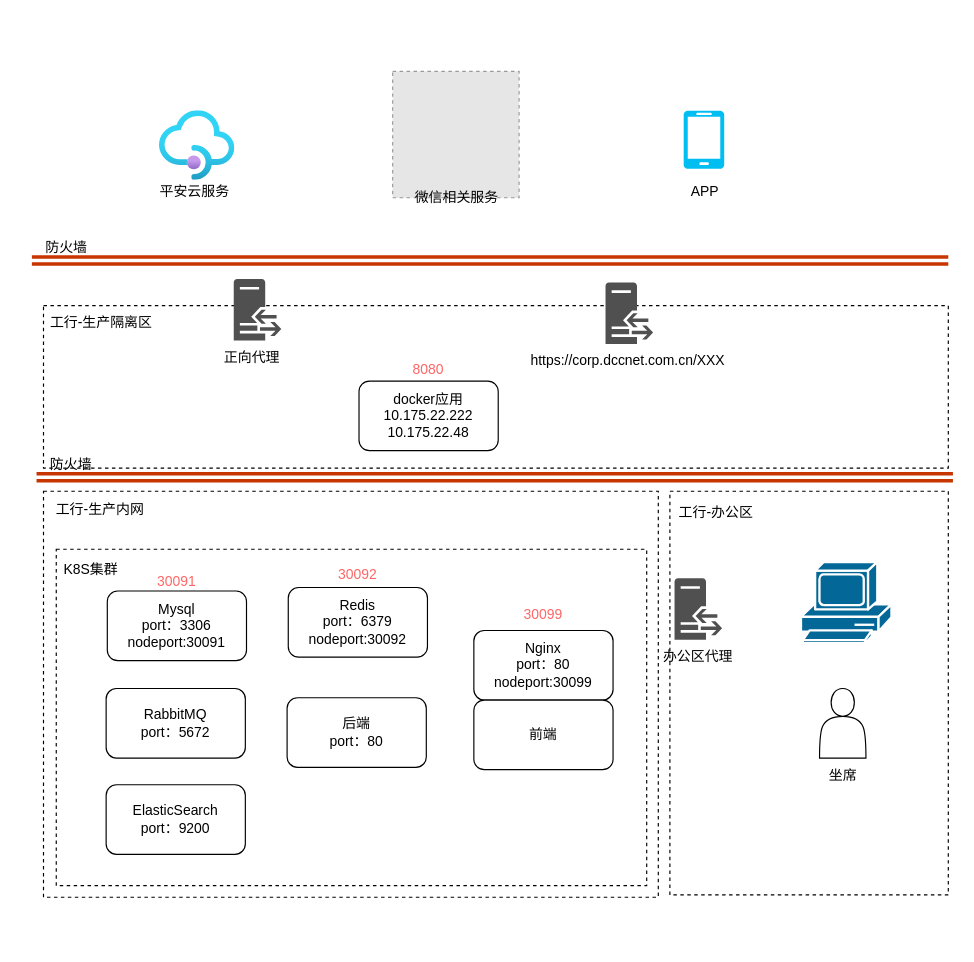
Earlier version of the draw.io diagram module8/工行.drawio (csmiao168/go_study). Source tidied: cells renumbered, new cells numbered last; positions are measured from the earlier drawing's top-left corner, leaving out a move shared by most shapes. Both pictures are drawn from the tidied source at 116%, with x=0, y=0 at pixel (20, 71). Pictures stored in the file or linked from it are replaced by grey dashed boxes.
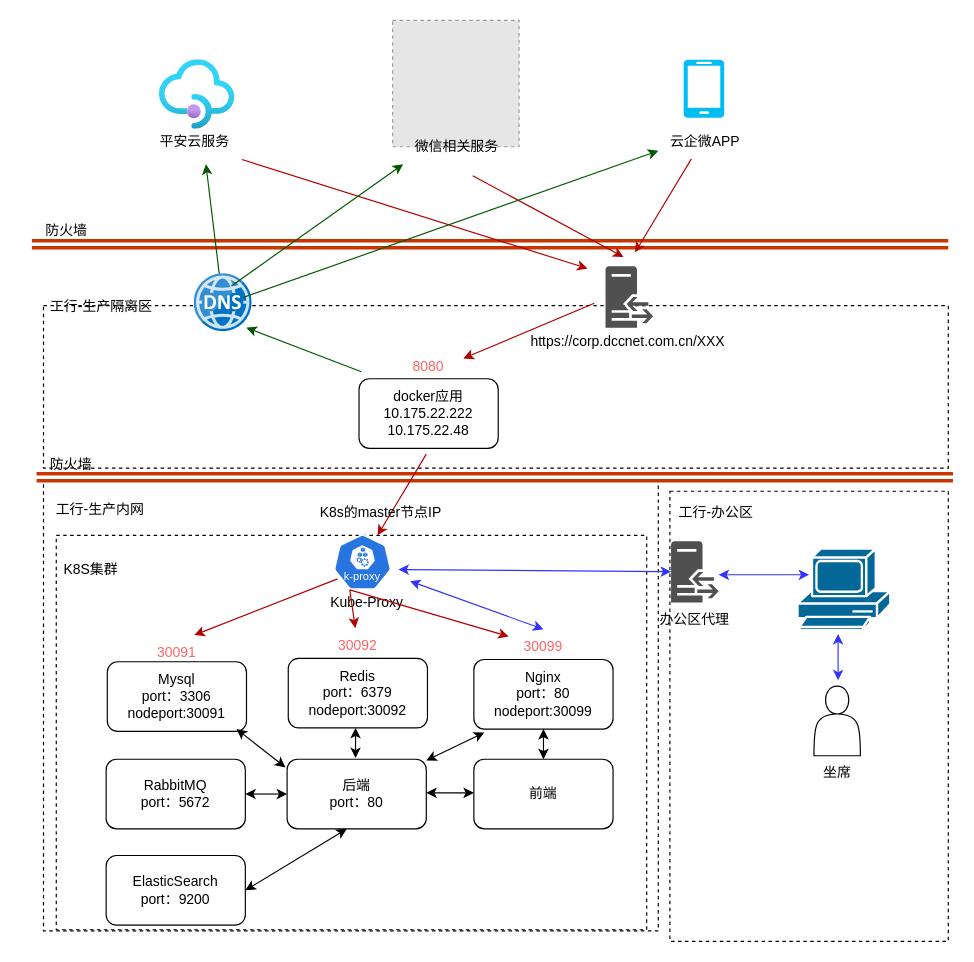
After the change.

The change refers to these unchanged cells:
```xml
<mxCell id="16" value="平安云服务" style="text;html=1;align=center;verticalAlign=middle;whiteSpace=wrap;rounded=0;" parent="14" vertex="1">
  <mxGeometry y="55" width="81" height="30" as="geometry" />
</mxCell>
<mxCell id="31" value="8080" style="text;html=1;align=center;verticalAlign=middle;whiteSpace=wrap;rounded=0;fontColor=#FF6666;" parent="29" vertex="1">
  <mxGeometry x="30" width="60" height="30" as="geometry" />
</mxCell>
<mxCell id="36" value="&lt;div&gt;Mysql&lt;/div&gt;&lt;div&gt;port：3306&lt;/div&gt;&lt;div&gt;nodeport:30091&lt;/div&gt;" style="rounded=1;whiteSpace=wrap;html=1;" parent="35" vertex="1">
  <mxGeometry y="23" width="120" height="60" as="geometry" />
</mxCell>
<mxCell id="37" value="30091" style="text;html=1;align=center;verticalAlign=middle;whiteSpace=wrap;rounded=0;fontColor=#FF6666;" parent="35" vertex="1">
  <mxGeometry x="30" width="60" height="30" as="geometry" />
</mxCell>
<mxCell id="40" value="30092" style="text;html=1;align=center;verticalAlign=middle;whiteSpace=wrap;rounded=0;fontColor=#FF6666;" parent="38" vertex="1">
  <mxGeometry x="30" width="60" height="30" as="geometry" />
</mxCell>
<mxCell id="51" style="sketch=0;shadow=0;dashed=0;html=1;strokeColor=none;fillColor=#505050;labelPosition=center;verticalLabelPosition=bottom;verticalAlign=top;outlineConnect=0;align=center;shape=mxgraph.office.servers.reverse_proxy;" parent="49" vertex="1">
  <mxGeometry x="13.8" width="41" height="53" as="geometry" />
</mxCell>
```

The edit, as a diff of the source:
```diff
@@
+    <mxCell id="4" style="rounded=0;whiteSpace=wrap;html=1;fillColor=none;dashed=1;" parent="1" vertex="1">
+      <mxGeometry x="31" y="400" width="509" height="340" as="geometry" />
+    </mxCell>
@@
     <mxCell id="3" style="rounded=0;whiteSpace=wrap;html=1;fillColor=none;dashed=1;" parent="1" vertex="1">
-      <mxGeometry x="20" y="362" width="530" height="350" as="geometry" />
+      <mxGeometry x="20" y="353" width="530" height="388" as="geometry" />
     </mxCell>
-    <mxCell id="4" style="rounded=0;whiteSpace=wrap;html=1;fillColor=none;dashed=1;" parent="1" vertex="1">
-      <mxGeometry x="31" y="412" width="509" height="290" as="geometry" />
-    </mxCell>
@@
     <mxCell id="6" value="工行-生产隔离区" style="text;html=1;align=center;verticalAlign=middle;whiteSpace=wrap;rounded=0;" parent="1" vertex="1">
-      <mxGeometry x="20" y="202" width="100" height="30" as="geometry" />
+      <mxGeometry x="20" y="188" width="100" height="30" as="geometry" />
     </mxCell>
     <mxCell id="7" style="rounded=0;whiteSpace=wrap;html=1;fillColor=none;dashed=1;" parent="1" vertex="1">
-      <mxGeometry x="560" y="362" width="240" height="348" as="geometry" />
+      <mxGeometry x="560" y="362" width="240" height="388" as="geometry" />
     </mxCell>
@@
     <mxCell id="10" value="&lt;div&gt;&lt;span style=&quot;background-color: initial;&quot;&gt;RabbitMQ&lt;/span&gt;&lt;/div&gt;&lt;div&gt;&lt;span style=&quot;background-color: initial;&quot;&gt;port：5672&lt;/span&gt;&lt;/div&gt;" style="rounded=1;whiteSpace=wrap;html=1;" parent="1" vertex="1">
-      <mxGeometry x="74" y="532" width="120" height="60" as="geometry" />
+      <mxGeometry x="74" y="593" width="120" height="60" as="geometry" />
     </mxCell>
     <mxCell id="11" value="&lt;div&gt;ElasticSearch&lt;/div&gt;&lt;div&gt;&lt;span style=&quot;background-color: initial;&quot;&gt;port：9200&lt;/span&gt;&lt;/div&gt;" style="rounded=1;whiteSpace=wrap;html=1;" parent="1" vertex="1">
-      <mxGeometry x="74" y="615" width="120" height="60" as="geometry" />
+      <mxGeometry x="74" y="676" width="120" height="60" as="geometry" />
     </mxCell>
     <mxCell id="12" value="&lt;div&gt;后端&lt;/div&gt;&lt;div&gt;port：80&lt;/div&gt;" style="rounded=1;whiteSpace=wrap;html=1;" parent="1" vertex="1">
-      <mxGeometry x="230" y="540" width="120" height="60" as="geometry" />
+      <mxGeometry x="230" y="593" width="120" height="60" as="geometry" />
     </mxCell>
     <mxCell id="13" style="shape=mxgraph.cisco.computers_and_peripherals.pc;html=1;dashed=0;fillColor=#036897;strokeColor=#ffffff;strokeWidth=2;verticalLabelPosition=bottom;verticalAlign=top;align=center;" parent="1" vertex="1">
-      <mxGeometry x="673" y="423" width="78" height="70" as="geometry" />
+      <mxGeometry x="670" y="411.5" width="80" height="70" as="geometry" />
     </mxCell>
     <mxCell id="14" style="group;" parent="1" vertex="1">
-      <mxGeometry x="110" y="34" width="81" height="85" as="geometry" />
+      <mxGeometry x="110" y="-9" width="81" height="85" as="geometry" />
     </mxCell>
     <mxCell id="15" style="image;html=1;align=center;fontSize=12;image=img/lib/azure2/app_services/API_Management_Services.svg;" parent="14" vertex="1">
-      <mxGeometry x="10" width="65" height="60" as="geometry" />
+      <mxGeometry x="10" y="-1" width="65" height="60" as="geometry" />
     </mxCell>
@@
     <mxCell id="17" style="group;" parent="1" vertex="1">
-      <mxGeometry x="321" width="109" height="124" as="geometry" />
+      <mxGeometry x="321" y="-44" width="109" height="124" as="geometry" />
     </mxCell>
@@
     <mxCell id="20" style="group;" parent="1" vertex="1">
-      <mxGeometry x="550" y="34" width="81" height="85" as="geometry" />
+      <mxGeometry x="550" y="-9" width="81" height="85" as="geometry" />
     </mxCell>
     <mxCell id="21" style="verticalLabelPosition=bottom;html=1;verticalAlign=top;align=center;strokeColor=none;fillColor=#00BEF2;shape=mxgraph.azure.mobile;" parent="20" vertex="1">
-      <mxGeometry x="21.8" width="35" height="50" as="geometry" />
+      <mxGeometry x="21.8" y="-1" width="35" height="50" as="geometry" />
     </mxCell>
-    <mxCell id="22" value="APP" style="text;html=1;align=center;verticalAlign=middle;whiteSpace=wrap;rounded=0;" parent="20" vertex="1">
+    <mxCell id="22" value="云企微APP" style="text;html=1;align=center;verticalAlign=middle;whiteSpace=wrap;rounded=0;" parent="20" vertex="1">
       <mxGeometry y="55" width="81" height="30" as="geometry" />
     </mxCell>
-    <mxCell id="23" style="group;" parent="1" vertex="1">
-      <mxGeometry x="444" y="182" width="160" height="83" as="geometry" />
-    </mxCell>
-    <mxCell id="24" style="sketch=0;shadow=0;dashed=0;html=1;strokeColor=none;fillColor=#505050;labelPosition=center;verticalLabelPosition=bottom;verticalAlign=top;align=center;shape=mxgraph.office.servers.reverse_proxy;" parent="23" vertex="1">
-      <mxGeometry x="60.5" width="41" height="53" as="geometry" />
-    </mxCell>
-    <mxCell id="25" value="https://corp.dccnet.com.cn/XXX" style="text;html=1;align=center;verticalAlign=middle;whiteSpace=wrap;rounded=0;" parent="23" vertex="1">
-      <mxGeometry y="53" width="160" height="30" as="geometry" />
-    </mxCell>
-    <mxCell id="26" style="group;" parent="1" vertex="1">
-      <mxGeometry x="160" y="179" width="80" height="83" as="geometry" />
-    </mxCell>
-    <mxCell id="27" style="sketch=0;shadow=0;dashed=0;html=1;strokeColor=none;fillColor=#505050;labelPosition=center;verticalLabelPosition=bottom;verticalAlign=top;align=center;shape=mxgraph.office.servers.reverse_proxy;" parent="26" vertex="1">
-      <mxGeometry x="24" width="41" height="53" as="geometry" />
-    </mxCell>
-    <mxCell id="28" value="正向代理" style="text;html=1;align=center;verticalAlign=middle;whiteSpace=wrap;rounded=0;" parent="26" vertex="1">
-      <mxGeometry y="53" width="80" height="30" as="geometry" />
-    </mxCell>
     <mxCell id="29" style="group;" parent="1" vertex="1">
-      <mxGeometry x="292" y="242" width="120" height="85" as="geometry" />
+      <mxGeometry x="292" y="240" width="120" height="85" as="geometry" />
     </mxCell>
@@
     <mxCell id="32" style="group;" parent="1" vertex="1">
-      <mxGeometry x="674.8" y="532" width="68.5" height="90" as="geometry" />
+      <mxGeometry x="670" y="530" width="70" height="90" as="geometry" />
     </mxCell>
@@
     <mxCell id="35" style="group;" parent="1" vertex="1">
-      <mxGeometry x="75" y="425" width="120" height="83" as="geometry" />
+      <mxGeometry x="75" y="486" width="120" height="83" as="geometry" />
     </mxCell>
@@
     <mxCell id="38" style="group;" parent="1" vertex="1">
-      <mxGeometry x="231" y="419" width="120" height="86" as="geometry" />
+      <mxGeometry x="231" y="480" width="120" height="86" as="geometry" />
     </mxCell>
@@
-    <mxCell id="41" style="group;" parent="1" vertex="1">
-      <mxGeometry x="391" y="454" width="120" height="148" as="geometry" />
-    </mxCell>
-    <mxCell id="42" style="group;" parent="41" vertex="1">
-      <mxGeometry y="28" width="120" height="120" as="geometry" />
-    </mxCell>
-    <mxCell id="43" value="&lt;div&gt;Nginx&lt;/div&gt;&lt;div&gt;port：80&lt;/div&gt;&lt;div&gt;nodeport:30099&lt;/div&gt;" style="rounded=1;whiteSpace=wrap;html=1;" parent="42" vertex="1">
-      <mxGeometry width="120" height="60" as="geometry" />
-    </mxCell>
-    <mxCell id="44" value="前端" style="rounded=1;whiteSpace=wrap;html=1;" parent="42" vertex="1">
-      <mxGeometry y="60" width="120" height="60" as="geometry" />
-    </mxCell>
-    <mxCell id="45" value="30099" style="text;html=1;align=center;verticalAlign=middle;whiteSpace=wrap;rounded=0;fontColor=#FF6666;" parent="41" vertex="1">
-      <mxGeometry x="30" width="60" height="30" as="geometry" />
-    </mxCell>
     <mxCell id="46" style="group;" parent="1" vertex="1">
-      <mxGeometry y="137" width="800" height="30" as="geometry" />
+      <mxGeometry y="123" width="800" height="87" as="geometry" />
     </mxCell>
@@
     <mxCell id="49" style="group;" parent="1" vertex="1">
-      <mxGeometry x="550.2" y="437" width="68.5" height="83" as="geometry" />
+      <mxGeometry x="547.2" y="405" width="68.5" height="83" as="geometry" />
     </mxCell>
@@
+    <mxCell id="55" style="edgeStyle=orthogonalEdgeStyle;rounded=0;orthogonalLoop=1;jettySize=auto;html=1;startArrow=classic;startFill=1;" parent="1" edge="1">
+      <mxGeometry relative="1" as="geometry">
+        <mxPoint x="391" y="622" as="sourcePoint" />
+        <mxPoint x="350" y="622" as="targetPoint" />
+      </mxGeometry>
+    </mxCell>
+    <mxCell id="44" value="前端" style="rounded=1;whiteSpace=wrap;html=1;" parent="1" vertex="1">
+      <mxGeometry x="391" y="593" width="120" height="60" as="geometry" />
+    </mxCell>
+    <mxCell id="56" style="group;" parent="1" vertex="1">
+      <mxGeometry x="391" y="481" width="120" height="86" as="geometry" />
+    </mxCell>
+    <mxCell id="45" value="30099" style="text;html=1;align=center;verticalAlign=middle;whiteSpace=wrap;rounded=0;fontColor=#FF6666;" parent="56" vertex="1">
+      <mxGeometry x="30" width="60" height="30" as="geometry" />
+    </mxCell>
+    <mxCell id="43" value="&lt;div&gt;Nginx&lt;/div&gt;&lt;div&gt;port：80&lt;/div&gt;&lt;div&gt;nodeport:30099&lt;/div&gt;" style="rounded=1;whiteSpace=wrap;html=1;" parent="56" vertex="1">
+      <mxGeometry y="26" width="120" height="60" as="geometry" />
+    </mxCell>
+    <mxCell id="57" style="group;" parent="1" vertex="1">
+      <mxGeometry x="249" y="399" width="100" height="74" as="geometry" />
+    </mxCell>
+    <mxCell id="58" value="Kube-Proxy" style="text;html=1;align=center;verticalAlign=middle;whiteSpace=wrap;rounded=0;" parent="57" vertex="1">
+      <mxGeometry y="44" width="100" height="30" as="geometry" />
+    </mxCell>
+    <mxCell id="59" style="sketch=0;html=1;dashed=0;whitespace=wrap;fillColor=#2875E2;strokeColor=#ffffff;points=[[0.005,0.63,0],[0.1,0.2,0],[0.9,0.2,0],[0.5,0,0],[0.995,0.63,0],[0.72,0.99,0],[0.5,1,0],[0.28,0.99,0]];shape=mxgraph.kubernetes.icon2;kubernetesLabel=1;prIcon=k_proxy;" parent="57" vertex="1">
+      <mxGeometry x="21" width="50" height="48" as="geometry" />
+    </mxCell>
+    <mxCell id="60" style="image;sketch=0;html=1;points=[];align=center;fontSize=12;image=img/lib/mscae/DNS.svg;" parent="1" vertex="1">
+      <mxGeometry x="150" y="174.5" width="50" height="50" as="geometry" />
+    </mxCell>
+    <mxCell id="61" style="endArrow=classic;startArrow=classic;html=1;rounded=0;strokeColor=#3333FF;" parent="1" edge="1">
+      <mxGeometry relative="1" as="geometry">
+        <mxPoint x="705" y="525" as="sourcePoint" />
+        <mxPoint x="705" y="485" as="targetPoint" />
+        <Array as="points">
+          <mxPoint x="705" y="505" />
+        </Array>
+      </mxGeometry>
+    </mxCell>
+    <mxCell id="62" style="endArrow=classic;startArrow=classic;html=1;rounded=0;strokeColor=#3333FF;endSize=6;startSize=6;jumpSize=6;" parent="1" edge="1">
+      <mxGeometry relative="1" as="geometry">
+        <mxPoint x="602" y="434" as="sourcePoint" />
+        <mxPoint x="680" y="434" as="targetPoint" />
+        <Array as="points">
+          <mxPoint x="602" y="434" />
+        </Array>
+      </mxGeometry>
+    </mxCell>
+    <mxCell id="63" style="endArrow=classic;startArrow=classic;html=1;rounded=0;strokeColor=#3333FF;endSize=6;startSize=6;jumpSize=6;spacing=2;" parent="1" edge="1" target="51">
+      <mxGeometry relative="1" as="geometry">
+        <mxPoint x="326" y="429.5" as="sourcePoint" />
+        <Array as="points">
+          <mxPoint x="326" y="429.5" />
+        </Array>
+      </mxGeometry>
+    </mxCell>
+    <mxCell id="64" style="endArrow=classic;startArrow=classic;html=1;rounded=0;strokeColor=#3333FF;endSize=6;startSize=6;jumpSize=6;spacing=2;entryX=0.5;entryY=0;entryDx=0;entryDy=0;" parent="1" edge="1" target="45">
+      <mxGeometry relative="1" as="geometry">
+        <mxPoint x="336" y="439.5" as="sourcePoint" />
+        <Array as="points">
+          <mxPoint x="336" y="439.5" />
+        </Array>
+      </mxGeometry>
+    </mxCell>
+    <mxCell id="65" style="endArrow=none;startArrow=classic;html=1;rounded=0;entryX=0.352;entryY=0.983;entryDx=0;entryDy=0;entryPerimeter=0;fillColor=#e51400;strokeColor=#B20000;endFill=0;" parent="1" edge="1" target="22">
+      <mxGeometry relative="1" as="geometry">
+        <mxPoint x="530" y="156" as="sourcePoint" />
+      </mxGeometry>
+    </mxCell>
+    <mxCell id="66" style="group;" parent="1" vertex="1">
+      <mxGeometry x="444" y="168" width="160" height="80" as="geometry" />
+    </mxCell>
+    <mxCell id="24" style="sketch=0;shadow=0;dashed=0;html=1;strokeColor=none;fillColor=#505050;labelPosition=center;verticalLabelPosition=bottom;verticalAlign=top;align=center;shape=mxgraph.office.servers.reverse_proxy;" parent="66" vertex="1">
+      <mxGeometry x="60.5" width="41" height="53" as="geometry" />
+    </mxCell>
+    <mxCell id="25" value="https://corp.dccnet.com.cn/XXX" style="text;html=1;align=center;verticalAlign=middle;whiteSpace=wrap;rounded=0;" parent="66" vertex="1">
+      <mxGeometry y="50" width="160" height="30" as="geometry" />
+    </mxCell>
+    <mxCell id="67" style="endArrow=classic;startArrow=none;html=1;rounded=0;fillColor=#e51400;strokeColor=#B20000;exitX=0.619;exitY=-0.029;exitDx=0;exitDy=0;exitPerimeter=0;entryX=1;entryY=0.25;entryDx=0;entryDy=0;startFill=0;" parent="1" edge="1" target="31">
+      <mxGeometry relative="1" as="geometry">
+        <mxPoint x="494.8" y="199.9" as="sourcePoint" />
+      </mxGeometry>
+    </mxCell>
+    <mxCell id="68" style="endArrow=none;startArrow=classic;html=1;rounded=0;fillColor=#e51400;strokeColor=#B20000;endFill=0;" parent="1" edge="1">
+      <mxGeometry relative="1" as="geometry">
+        <mxPoint x="520" y="160" as="sourcePoint" />
+        <mxPoint x="390" y="90" as="targetPoint" />
+      </mxGeometry>
+    </mxCell>
+    <mxCell id="69" style="endArrow=none;startArrow=classic;html=1;rounded=0;fillColor=#e51400;strokeColor=#B20000;entryX=1;entryY=1;entryDx=0;entryDy=0;endFill=0;" parent="1" edge="1" target="16">
+      <mxGeometry relative="1" as="geometry">
+        <mxPoint x="489" y="170" as="sourcePoint" />
+      </mxGeometry>
+    </mxCell>
+    <mxCell id="70" style="endArrow=none;startArrow=classic;html=1;rounded=0;fillColor=#e51400;strokeColor=#B20000;endFill=0;" parent="1" edge="1">
+      <mxGeometry relative="1" as="geometry">
+        <mxPoint x="308" y="400" as="sourcePoint" />
+        <mxPoint x="350" y="330" as="targetPoint" />
+      </mxGeometry>
+    </mxCell>
+    <mxCell id="71" style="endArrow=none;startArrow=classic;html=1;rounded=0;fillColor=#e51400;strokeColor=#B20000;endFill=0;exitX=0.75;exitY=0;exitDx=0;exitDy=0;entryX=0.07;entryY=0.802;entryDx=0;entryDy=0;entryPerimeter=0;" parent="1" edge="1" source="37" target="59">
+      <mxGeometry relative="1" as="geometry" />
+    </mxCell>
+    <mxCell id="72" style="endArrow=none;startArrow=classic;html=1;rounded=0;fillColor=#e51400;strokeColor=#B20000;endFill=0;entryX=0.07;entryY=0.802;entryDx=0;entryDy=0;entryPerimeter=0;" parent="1" edge="1" source="40">
+      <mxGeometry relative="1" as="geometry">
+        <mxPoint x="284" y="447" as="targetPoint" />
+      </mxGeometry>
+    </mxCell>
+    <mxCell id="73" style="endArrow=none;startArrow=classic;html=1;rounded=0;fillColor=#e51400;strokeColor=#B20000;endFill=0;entryX=0.07;entryY=0.802;entryDx=0;entryDy=0;entryPerimeter=0;" parent="1" edge="1" source="45">
+      <mxGeometry relative="1" as="geometry">
+        <mxPoint x="284" y="447" as="targetPoint" />
+      </mxGeometry>
+    </mxCell>
+    <mxCell id="74" style="endArrow=none;startArrow=classic;html=1;rounded=0;fillColor=#008a00;strokeColor=#005700;endFill=0;exitX=0.205;exitY=0.2;exitDx=0;exitDy=0;exitPerimeter=0;" parent="1" edge="1">
+      <mxGeometry relative="1" as="geometry">
+        <mxPoint x="194.9" y="221" as="sourcePoint" />
+        <mxPoint x="294" y="259" as="targetPoint" />
+      </mxGeometry>
+    </mxCell>
+    <mxCell id="75" style="endArrow=none;startArrow=classic;html=1;rounded=0;fillColor=#008a00;strokeColor=#005700;endFill=0;entryX=0.43;entryY=0;entryDx=0;entryDy=0;entryPerimeter=0;" parent="1" edge="1" target="60">
+      <mxGeometry relative="1" as="geometry">
+        <mxPoint x="160" y="80" as="sourcePoint" />
+      </mxGeometry>
+    </mxCell>
+    <mxCell id="76" style="endArrow=none;startArrow=classic;html=1;rounded=0;fillColor=#008a00;strokeColor=#005700;endFill=0;entryX=0.43;entryY=0;entryDx=0;entryDy=0;entryPerimeter=0;" parent="1" edge="1">
+      <mxGeometry relative="1" as="geometry">
+        <mxPoint x="330" y="80" as="sourcePoint" />
+        <mxPoint x="182" y="185" as="targetPoint" />
+      </mxGeometry>
+    </mxCell>
+    <mxCell id="77" style="endArrow=none;startArrow=classic;html=1;rounded=0;fillColor=#008a00;strokeColor=#005700;endFill=0;entryX=0.43;entryY=0;entryDx=0;entryDy=0;entryPerimeter=0;exitX=0;exitY=0.75;exitDx=0;exitDy=0;" parent="1" edge="1" source="22">
+      <mxGeometry relative="1" as="geometry">
+        <mxPoint x="192" y="195" as="targetPoint" />
+      </mxGeometry>
+    </mxCell>
+    <mxCell id="78" style="edgeStyle=orthogonalEdgeStyle;rounded=0;jettySize=auto;html=1;startArrow=classic;startFill=1;" parent="1" edge="1" source="43" target="44">
+      <mxGeometry relative="1" as="geometry" />
+    </mxCell>
+    <mxCell id="79" style="edgeStyle=orthogonalEdgeStyle;rounded=0;orthogonalLoop=1;jettySize=auto;html=1;startArrow=classic;startFill=1;" parent="1" edge="1">
+      <mxGeometry relative="1" as="geometry">
+        <mxPoint x="289" y="566" as="sourcePoint" />
+        <mxPoint x="289" y="592" as="targetPoint" />
+      </mxGeometry>
+    </mxCell>
+    <mxCell id="80" style="endArrow=classic;startArrow=classic;html=1;rounded=0;entryX=0.929;entryY=0.967;entryDx=0;entryDy=0;entryPerimeter=0;exitX=-0.012;exitY=0.117;exitDx=0;exitDy=0;exitPerimeter=0;" parent="1" edge="1" source="12" target="36">
+      <mxGeometry relative="1" as="geometry" />
+    </mxCell>
+    <mxCell id="81" style="endArrow=classic;startArrow=classic;html=1;rounded=0;" parent="1" edge="1" source="12">
+      <mxGeometry relative="1" as="geometry">
+        <mxPoint x="400" y="570" as="targetPoint" />
+      </mxGeometry>
+    </mxCell>
+    <mxCell id="82" style="endArrow=classic;startArrow=classic;html=1;rounded=0;exitX=1;exitY=0.5;exitDx=0;exitDy=0;entryX=0;entryY=0.5;entryDx=0;entryDy=0;" parent="1" edge="1" source="10" target="12">
+      <mxGeometry relative="1" as="geometry" />
+    </mxCell>
+    <mxCell id="83" style="endArrow=classic;startArrow=classic;html=1;rounded=0;entryX=0.429;entryY=1;entryDx=0;entryDy=0;entryPerimeter=0;exitX=1;exitY=0.5;exitDx=0;exitDy=0;" parent="1" edge="1" source="11" target="12">
+      <mxGeometry relative="1" as="geometry" />
+    </mxCell>
+    <mxCell id="84" value="K8s的master节点IP" style="text;html=1;align=center;verticalAlign=middle;whiteSpace=wrap;rounded=0;" parent="1" vertex="1">
+      <mxGeometry x="251" y="356" width="120" height="50" as="geometry" />
+    </mxCell>
```
